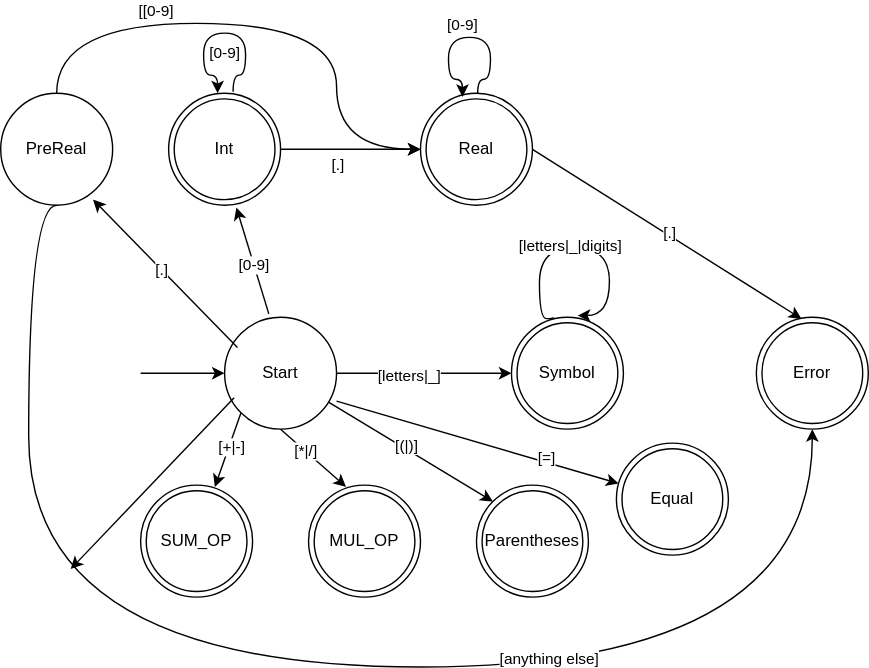
The draw.io diagram doc/NFA.drawio.svg in Raffaello/symbols, before a commit. Source tidied: cells renumbered, new cells last; positions are measured from the earlier drawing's top-left corner, leaving out a move shared by most shapes.
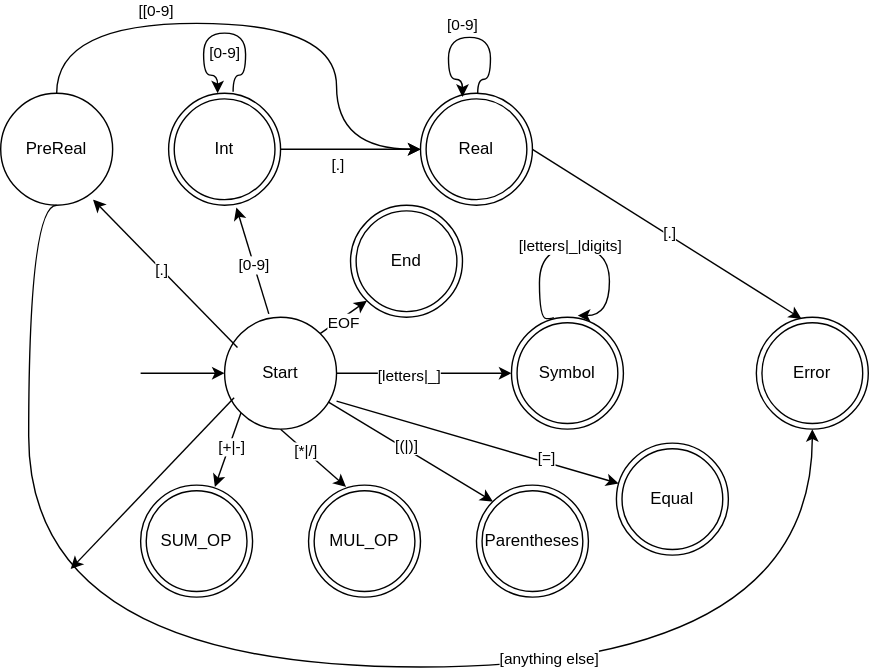
The same diagram one commit later.

Change to the diagram source:
```diff
@@ -177,5 +177,16 @@
     <mxCell id="41" value="[=]" style="edgeLabel;html=1;align=center;verticalAlign=middle;" parent="40" vertex="1">
       <mxGeometry x="0.47" y="3" relative="1" as="geometry" />
     </mxCell>
+    <mxCell id="42" value="End" style="ellipse;shape=doubleEllipse;whiteSpace=wrap;html=1;" parent="1" vertex="1">
+      <mxGeometry x="250" y="130" width="80" height="80" as="geometry" />
+    </mxCell>
+    <mxCell id="43" style="endArrow=classic;html=1;rounded=0;exitX=1;exitY=0;exitDx=0;exitDy=0;entryX=0;entryY=1;entryDx=0;entryDy=0;" parent="1" edge="1" source="3" target="42">
+      <mxGeometry relative="1" as="geometry" />
+    </mxCell>
+    <mxCell id="44" value="EOF" style="edgeLabel;html=1;align=center;verticalAlign=middle;" parent="43" vertex="1">
+      <mxGeometry x="-0.08" y="-2" relative="1" as="geometry">
+        <mxPoint y="1" as="offset" />
+      </mxGeometry>
+    </mxCell>
   </root>
 </mxGraphModel>
```
